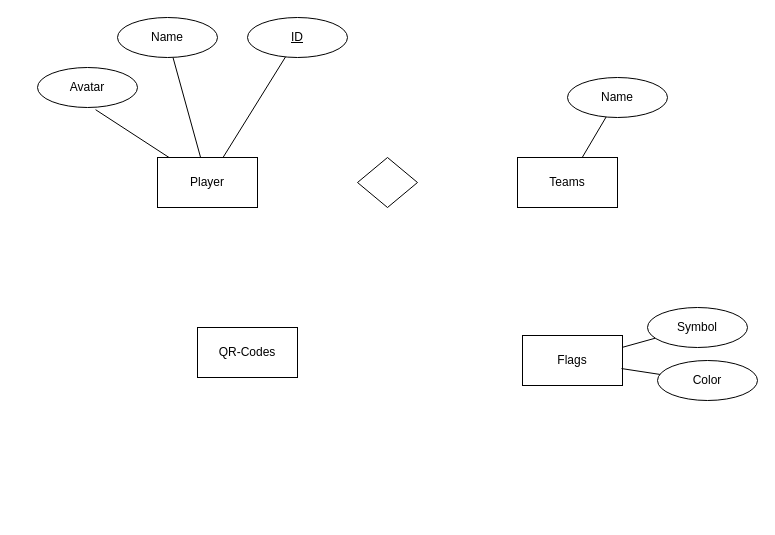
Earlier version of the draw.io diagram concept/Unbenanntes Diagramm.drawio (Hg347/ctf-rush). Source tidied: cells renumbered, new cells numbered last; positions are measured from the earlier drawing's top-left corner, leaving out a move shared by most shapes. Both pictures are drawn from the tidied source at 100%, with x=0, y=0 at pixel (37, 17).
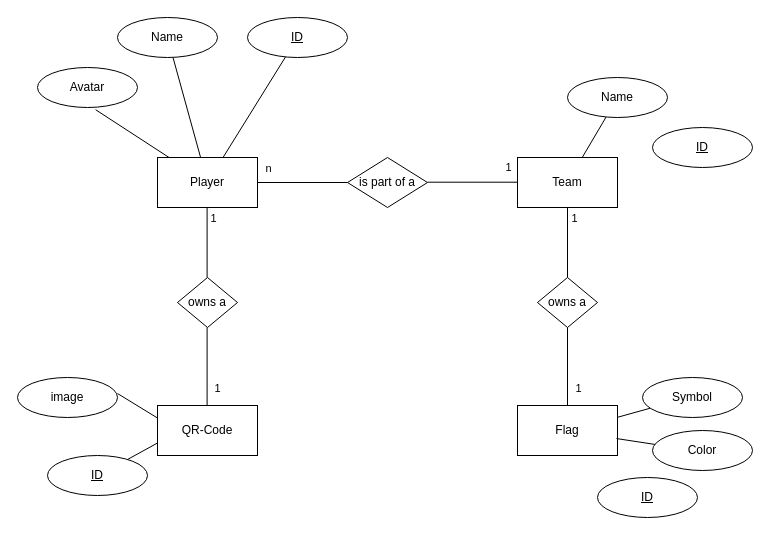
After the change.

Unchanged cells that the change refers to:
```xml
<mxCell id="2" value="Player" style="html=1;dashed=0;whiteSpace=wrap;" parent="1" vertex="1">
  <mxGeometry x="120" y="140" width="100" height="50" as="geometry" />
</mxCell>
```

The edit, as a diff of the source:
```diff
@@
+    <mxCell id="19" style="edgeStyle=none;rounded=0;jettySize=auto;html=1;entryX=0;entryY=0.5;entryDx=0;entryDy=0;endArrow=none;startFill=0;" parent="1" edge="1" source="2" target="11">
+      <mxGeometry relative="1" as="geometry" />
+    </mxCell>
+    <mxCell id="20" value="n" style="edgeLabel;html=1;align=center;verticalAlign=middle;" parent="19" vertex="1">
+      <mxGeometry x="-0.45" y="-2" relative="1" as="geometry">
+        <mxPoint x="-15" y="-17" as="offset" />
+      </mxGeometry>
+    </mxCell>
@@
-    <mxCell id="3" value="Teams" style="html=1;dashed=0;whiteSpace=wrap;" parent="1" vertex="1">
+    <mxCell id="3" value="Team" style="html=1;dashed=0;whiteSpace=wrap;" parent="1" vertex="1">
       <mxGeometry x="480" y="140" width="100" height="50" as="geometry" />
     </mxCell>
-    <mxCell id="4" value="QR-Codes" style="html=1;dashed=0;whiteSpace=wrap;" parent="1" vertex="1">
-      <mxGeometry x="160" y="310" width="100" height="50" as="geometry" />
+    <mxCell id="4" value="QR-Code" style="html=1;dashed=0;whiteSpace=wrap;" parent="1" vertex="1">
+      <mxGeometry x="120" y="388" width="100" height="50" as="geometry" />
     </mxCell>
@@
-    <mxCell id="11" style="shape=rhombus;html=1;dashed=0;whiteSpace=wrap;perimeter=rhombusPerimeter;" parent="1" vertex="1">
-      <mxGeometry x="320" y="140" width="60" height="50" as="geometry" />
+    <mxCell id="11" value="is part of a" style="shape=rhombus;html=1;dashed=0;whiteSpace=wrap;perimeter=rhombusPerimeter;" parent="1" vertex="1">
+      <mxGeometry x="310" y="140" width="80" height="50" as="geometry" />
     </mxCell>
@@
     <mxCell id="15" value="Symbol" style="ellipse;whiteSpace=wrap;html=1;align=center;" parent="1" vertex="1">
-      <mxGeometry x="610" y="290" width="100" height="40" as="geometry" />
+      <mxGeometry x="605" y="360" width="100" height="40" as="geometry" />
     </mxCell>
-    <mxCell id="16" value="Flags" style="html=1;dashed=0;whiteSpace=wrap;" parent="1" vertex="1">
-      <mxGeometry x="485" y="318" width="100" height="50" as="geometry" />
+    <mxCell id="16" value="Flag" style="html=1;dashed=0;whiteSpace=wrap;" parent="1" vertex="1">
+      <mxGeometry x="480" y="388" width="100" height="50" as="geometry" />
     </mxCell>
     <mxCell id="17" value="Color" style="ellipse;whiteSpace=wrap;html=1;align=center;" parent="1" vertex="1">
-      <mxGeometry x="620" y="343" width="100" height="40" as="geometry" />
+      <mxGeometry x="615" y="413" width="100" height="40" as="geometry" />
     </mxCell>
@@
+    <mxCell id="21" style="edgeStyle=none;rounded=0;orthogonalLoop=1;jettySize=auto;html=1;entryX=0;entryY=0.5;entryDx=0;entryDy=0;endArrow=none;startFill=0;" parent="1" edge="1">
+      <mxGeometry relative="1" as="geometry">
+        <mxPoint x="390" y="164.7" as="sourcePoint" />
+        <mxPoint x="480" y="164.7" as="targetPoint" />
+      </mxGeometry>
+    </mxCell>
+    <mxCell id="22" value="1" style="edgeLabel;html=1;align=center;verticalAlign=middle;" parent="21" vertex="1">
+      <mxGeometry x="0.25" y="2" relative="1" as="geometry">
+        <mxPoint x="24" y="-13" as="offset" />
+      </mxGeometry>
+    </mxCell>
+    <mxCell id="23" value="owns a" style="shape=rhombus;html=1;dashed=0;whiteSpace=wrap;perimeter=rhombusPerimeter;" parent="1" vertex="1">
+      <mxGeometry x="500" y="260" width="60" height="50" as="geometry" />
+    </mxCell>
+    <mxCell id="24" style="edgeStyle=none;rounded=0;jettySize=auto;html=1;entryX=0.5;entryY=0;entryDx=0;entryDy=0;endArrow=none;startFill=0;" parent="1" edge="1" source="23" target="16">
+      <mxGeometry relative="1" as="geometry" />
+    </mxCell>
+    <mxCell id="25" value="1" style="edgeLabel;html=1;align=center;verticalAlign=middle;" parent="24" vertex="1">
+      <mxGeometry x="0.25" y="2" relative="1" as="geometry">
+        <mxPoint x="8" y="11" as="offset" />
+      </mxGeometry>
+    </mxCell>
+    <mxCell id="26" style="edgeStyle=none;rounded=0;jettySize=auto;html=1;entryX=0.5;entryY=1;entryDx=0;entryDy=0;endArrow=none;startFill=0;exitX=0.5;exitY=0;exitDx=0;exitDy=0;" parent="1" edge="1" source="23" target="3">
+      <mxGeometry relative="1" as="geometry" />
+    </mxCell>
+    <mxCell id="27" value="1" style="edgeLabel;html=1;align=center;verticalAlign=middle;" parent="26" vertex="1">
+      <mxGeometry x="0.25" y="2" relative="1" as="geometry">
+        <mxPoint x="8" y="-16" as="offset" />
+      </mxGeometry>
+    </mxCell>
+    <mxCell id="28" value="owns a" style="shape=rhombus;html=1;dashed=0;whiteSpace=wrap;perimeter=rhombusPerimeter;" parent="1" vertex="1">
+      <mxGeometry x="140" y="260" width="60" height="50" as="geometry" />
+    </mxCell>
+    <mxCell id="29" style="edgeStyle=none;rounded=0;orthogonalLoop=1;jettySize=auto;html=1;entryX=0.5;entryY=1;entryDx=0;entryDy=0;endArrow=none;startFill=0;exitX=0.5;exitY=0;exitDx=0;exitDy=0;" parent="1" edge="1">
+      <mxGeometry relative="1" as="geometry">
+        <mxPoint x="169.6" y="260" as="sourcePoint" />
+        <mxPoint x="169.6" y="190" as="targetPoint" />
+      </mxGeometry>
+    </mxCell>
+    <mxCell id="30" value="1" style="edgeLabel;html=1;align=center;verticalAlign=middle;" parent="29" vertex="1">
+      <mxGeometry x="0.25" y="2" relative="1" as="geometry">
+        <mxPoint x="8" y="-16" as="offset" />
+      </mxGeometry>
+    </mxCell>
+    <mxCell id="31" style="edgeStyle=none;rounded=0;orthogonalLoop=1;jettySize=auto;html=1;entryX=0.5;entryY=0;entryDx=0;entryDy=0;endArrow=none;startFill=0;" parent="1" edge="1">
+      <mxGeometry relative="1" as="geometry">
+        <mxPoint x="169.6" y="310" as="sourcePoint" />
+        <mxPoint x="169.6" y="388" as="targetPoint" />
+      </mxGeometry>
+    </mxCell>
+    <mxCell id="32" value="1" style="edgeLabel;html=1;align=center;verticalAlign=middle;" parent="31" vertex="1">
+      <mxGeometry x="0.25" y="2" relative="1" as="geometry">
+        <mxPoint x="8" y="11" as="offset" />
+      </mxGeometry>
+    </mxCell>
+    <mxCell id="33" value="ID" style="ellipse;whiteSpace=wrap;html=1;align=center;fontStyle=4;" parent="1" vertex="1">
+      <mxGeometry x="10" y="438" width="100" height="40" as="geometry" />
+    </mxCell>
+    <mxCell id="34" value="ID" style="ellipse;whiteSpace=wrap;html=1;align=center;fontStyle=4;" parent="1" vertex="1">
+      <mxGeometry x="615" y="110" width="100" height="40" as="geometry" />
+    </mxCell>
+    <mxCell id="35" value="ID" style="ellipse;whiteSpace=wrap;html=1;align=center;fontStyle=4;" parent="1" vertex="1">
+      <mxGeometry x="560" y="460" width="100" height="40" as="geometry" />
+    </mxCell>
+    <mxCell id="36" style="rounded=0;jettySize=auto;html=1;endArrow=none;startFill=0;exitX=0;exitY=0.75;exitDx=0;exitDy=0;" parent="1" edge="1" source="4" target="33">
+      <mxGeometry relative="1" as="geometry" />
+    </mxCell>
+    <mxCell id="37" value="image" style="ellipse;whiteSpace=wrap;html=1;align=center;" parent="1" vertex="1">
+      <mxGeometry x="-20" y="360" width="100" height="40" as="geometry" />
+    </mxCell>
+    <mxCell id="38" style="rounded=0;jettySize=auto;html=1;endArrow=none;startFill=0;exitX=0;exitY=0.25;exitDx=0;exitDy=0;" parent="1" edge="1" source="4">
+      <mxGeometry relative="1" as="geometry">
+        <mxPoint x="80" y="376" as="targetPoint" />
+      </mxGeometry>
+    </mxCell>
```
